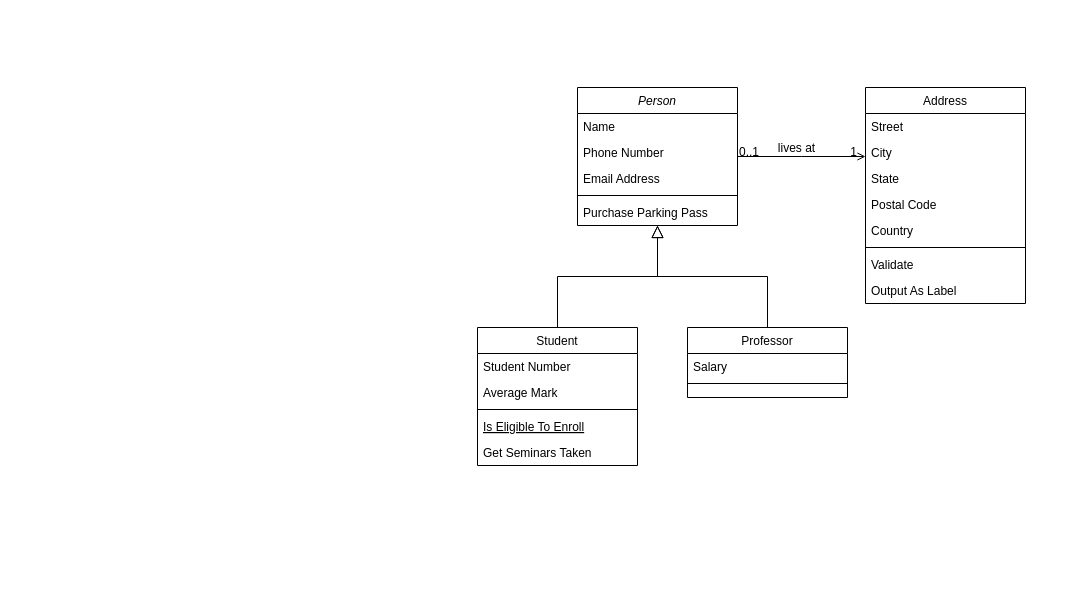
This is diagrams/application_architecture.drawio.xml from seraphh01/sleepy-bears, a draw.io file, before an edit. Source tidied: cells renumbered, new cells numbered last; positions are measured from the earlier drawing's top-left corner, leaving out a move shared by most shapes. Both pictures are drawn from the tidied source at 100%, with x=0, y=0 at pixel (477, 87).
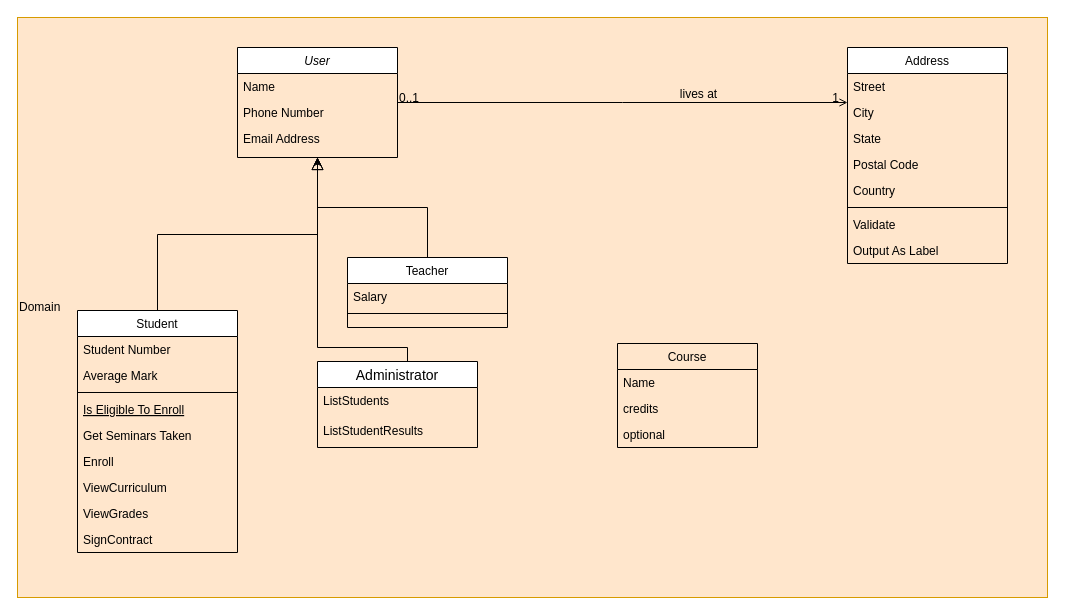
The same page after the edit.

Change to the diagram source:
```diff
@@
+    <mxCell id="32" value="Domain" style="rounded=0;whiteSpace=wrap;html=1;fillColor=#ffe6cc;align=left;strokeColor=#d79b00;" parent="1" vertex="1">
+      <mxGeometry x="-460" y="-70" width="1030" height="580" as="geometry" />
+    </mxCell>
-    <mxCell id="2" value="Person" style="swimlane;fontStyle=2;align=center;verticalAlign=top;horizontal=1;startSize=26;rounded=0;shadow=0;strokeWidth=1;" parent="1" vertex="1">
-      <mxGeometry x="100" width="160" height="138" as="geometry" />
+    <mxCell id="2" value="User" style="swimlane;fontStyle=2;align=center;verticalAlign=top;horizontal=1;startSize=26;rounded=0;shadow=0;strokeWidth=1;" parent="1" vertex="1">
+      <mxGeometry x="-240" y="-40" width="160" height="110" as="geometry" />
     </mxCell>
@@
-    <mxCell id="6" style="line;html=1;strokeWidth=1;align=left;verticalAlign=middle;spacingTop=-1;spacingLeft=3;spacingRight=3;labelPosition=right;" parent="2" vertex="1">
-      <mxGeometry y="104" width="160" height="8" as="geometry" />
-    </mxCell>
-    <mxCell id="7" value="Purchase Parking Pass" style="text;align=left;verticalAlign=top;spacingLeft=4;spacingRight=4;overflow=hidden;" parent="2" vertex="1">
-      <mxGeometry y="112" width="160" height="26" as="geometry" />
-    </mxCell>
     <mxCell id="8" value="Student" style="swimlane;fontStyle=0;align=center;verticalAlign=top;horizontal=1;startSize=26;rounded=0;shadow=0;strokeWidth=1;" parent="1" vertex="1">
-      <mxGeometry y="240" width="160" height="138" as="geometry" />
+      <mxGeometry x="-400" y="223" width="160" height="242" as="geometry" />
     </mxCell>
@@
+    <mxCell id="33" value="Enroll" style="text;align=left;verticalAlign=top;spacingLeft=4;spacingRight=4;overflow=hidden;" parent="8" vertex="1">
+      <mxGeometry y="138" width="160" height="26" as="geometry" />
+    </mxCell>
+    <mxCell id="34" value="ViewCurriculum" style="text;align=left;verticalAlign=top;spacingLeft=4;spacingRight=4;overflow=hidden;" parent="8" vertex="1">
+      <mxGeometry y="164" width="160" height="26" as="geometry" />
+    </mxCell>
+    <mxCell id="35" value="ViewGrades" style="text;align=left;verticalAlign=top;spacingLeft=4;spacingRight=4;overflow=hidden;" parent="8" vertex="1">
+      <mxGeometry y="190" width="160" height="26" as="geometry" />
+    </mxCell>
+    <mxCell id="36" value="SignContract" style="text;align=left;verticalAlign=top;spacingLeft=4;spacingRight=4;overflow=hidden;" parent="8" vertex="1">
+      <mxGeometry y="216" width="160" height="26" as="geometry" />
+    </mxCell>
@@
-    <mxCell id="15" value="Professor" style="swimlane;fontStyle=0;align=center;verticalAlign=top;horizontal=1;startSize=26;rounded=0;shadow=0;strokeWidth=1;" parent="1" vertex="1">
-      <mxGeometry x="210" y="240" width="160" height="70" as="geometry" />
+    <mxCell id="15" value="Teacher" style="swimlane;fontStyle=0;align=center;verticalAlign=top;horizontal=1;startSize=26;rounded=0;shadow=0;strokeWidth=1;" parent="1" vertex="1">
+      <mxGeometry x="-130" y="170" width="160" height="70" as="geometry" />
     </mxCell>
@@
     <mxCell id="19" value="Address" style="swimlane;fontStyle=0;align=center;verticalAlign=top;horizontal=1;startSize=26;rounded=0;shadow=0;strokeWidth=1;" parent="1" vertex="1">
-      <mxGeometry x="388" width="160" height="216" as="geometry" />
+      <mxGeometry x="370" y="-40" width="160" height="216" as="geometry" />
     </mxCell>
@@
+    <mxCell id="37" style="edgeStyle=orthogonalEdgeStyle;rounded=0;jettySize=auto;html=1;entryX=0.5;entryY=1;entryDx=0;entryDy=0;" parent="1" edge="1" source="38" target="2">
+      <mxGeometry relative="1" as="geometry">
+        <Array as="points">
+          <mxPoint x="-70" y="260" />
+          <mxPoint x="-160" y="260" />
+        </Array>
+      </mxGeometry>
+    </mxCell>
+    <mxCell id="38" value="Administrator" style="swimlane;fontStyle=0;horizontal=1;startSize=26;align=center;fontSize=14;" parent="1" vertex="1">
+      <mxGeometry x="-160" y="274" width="160" height="86" as="geometry" />
+    </mxCell>
+    <mxCell id="39" value="ListStudents    " style="text;strokeColor=none;fillColor=none;spacingLeft=4;spacingRight=4;overflow=hidden;fontSize=12;" parent="38" vertex="1">
+      <mxGeometry y="26" width="160" height="30" as="geometry" />
+    </mxCell>
+    <mxCell id="40" value="ListStudentResults" style="text;strokeColor=none;fillColor=none;spacingLeft=4;spacingRight=4;overflow=hidden;fontSize=12;" parent="38" vertex="1">
+      <mxGeometry y="56" width="160" height="30" as="geometry" />
+    </mxCell>
+    <mxCell id="41" value="Course" style="swimlane;fontStyle=0;horizontal=1;startSize=26;fillColor=none;" parent="1" vertex="1">
+      <mxGeometry x="140" y="256" width="140" height="104" as="geometry" />
+    </mxCell>
+    <mxCell id="42" value="Name&#10;" style="text;strokeColor=none;fillColor=none;align=left;verticalAlign=top;spacingLeft=4;spacingRight=4;overflow=hidden;" parent="41" vertex="1">
+      <mxGeometry y="26" width="140" height="26" as="geometry" />
+    </mxCell>
+    <mxCell id="43" value="credits" style="text;strokeColor=none;fillColor=none;align=left;verticalAlign=top;spacingLeft=4;spacingRight=4;overflow=hidden;" parent="41" vertex="1">
+      <mxGeometry y="52" width="140" height="26" as="geometry" />
+    </mxCell>
+    <mxCell id="44" value="optional" style="text;strokeColor=none;fillColor=none;align=left;verticalAlign=top;spacingLeft=4;spacingRight=4;overflow=hidden;whiteSpace=wrap;" parent="41" vertex="1">
+      <mxGeometry y="78" width="140" height="26" as="geometry" />
+    </mxCell>
```
